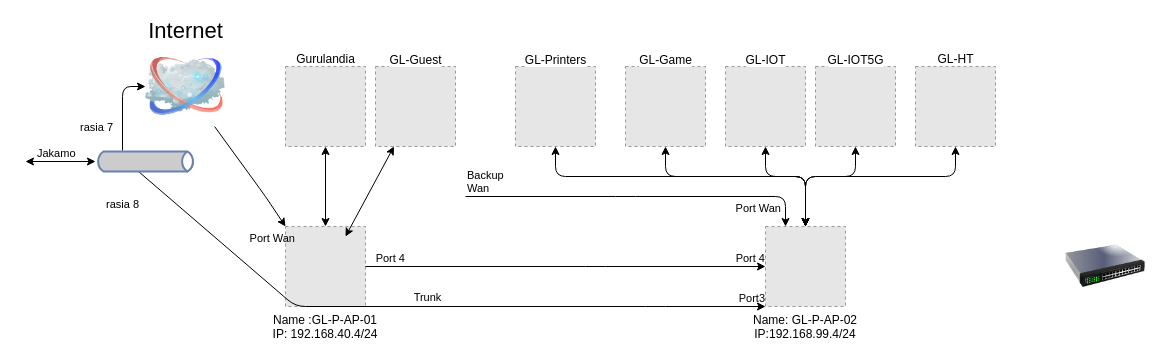
Before: Gurulandia-Network.drawio in Harjanator/network-diagrams, a draw.io diagram. Source tidied: cells renumbered, new cells numbered last; positions are measured from the earlier drawing's top-left corner, leaving out a move shared by most shapes. Both pictures are drawn from the tidied source at 100%, with x=0, y=0 at pixel (25, 46). Pictures stored in the file or linked from it are replaced by grey dashed boxes.
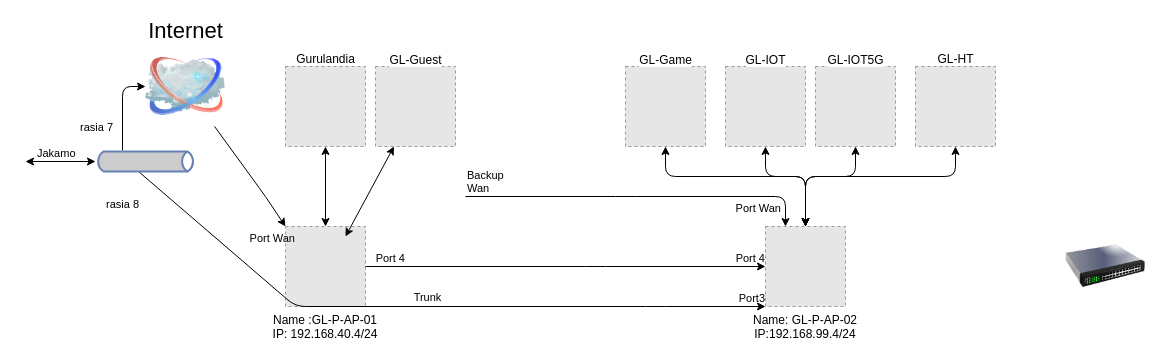
The same page after the edit.

Unchanged cells that the change refers to:
```xml
<mxCell id="3" value="Name: GL-P-AP-02&#10;IP:192.168.99.4/24" style="fillColor=#E6E6E6;strokeColor=#999999;dashed=1;verticalLabelPosition=bottom;labelBackgroundColor=default;verticalAlign=top;" parent="1" vertex="1">
  <mxGeometry x="740" y="180" width="80" height="80" as="geometry" />
</mxCell>
```

Diff of the diagram source:
```diff
@@
-    <mxCell id="6" style="edgeStyle=orthogonalEdgeStyle;jumpStyle=none;jettySize=auto;html=1;entryX=0.5;entryY=0;entryDx=0;entryDy=0;startArrow=classic;startFill=1;exitX=0.5;exitY=1;exitDx=0;exitDy=0;snapToPoint=1;" parent="1" edge="1" source="7" target="3">
-      <mxGeometry relative="1" as="geometry">
-        <Array as="points">
-          <mxPoint x="530" y="130" />
-          <mxPoint x="780" y="130" />
-        </Array>
-      </mxGeometry>
-    </mxCell>
-    <mxCell id="7" value="GL-Printers" style="fillColor=#E6E6E6;strokeColor=#999999;dashed=1;verticalLabelPosition=bottom;labelBackgroundColor=default;verticalAlign=top;html=1;" parent="1" vertex="1">
-      <mxGeometry x="490" y="20" width="80" height="80" as="geometry">
-        <mxPoint y="-100" as="offset" />
-      </mxGeometry>
-    </mxCell>
```
